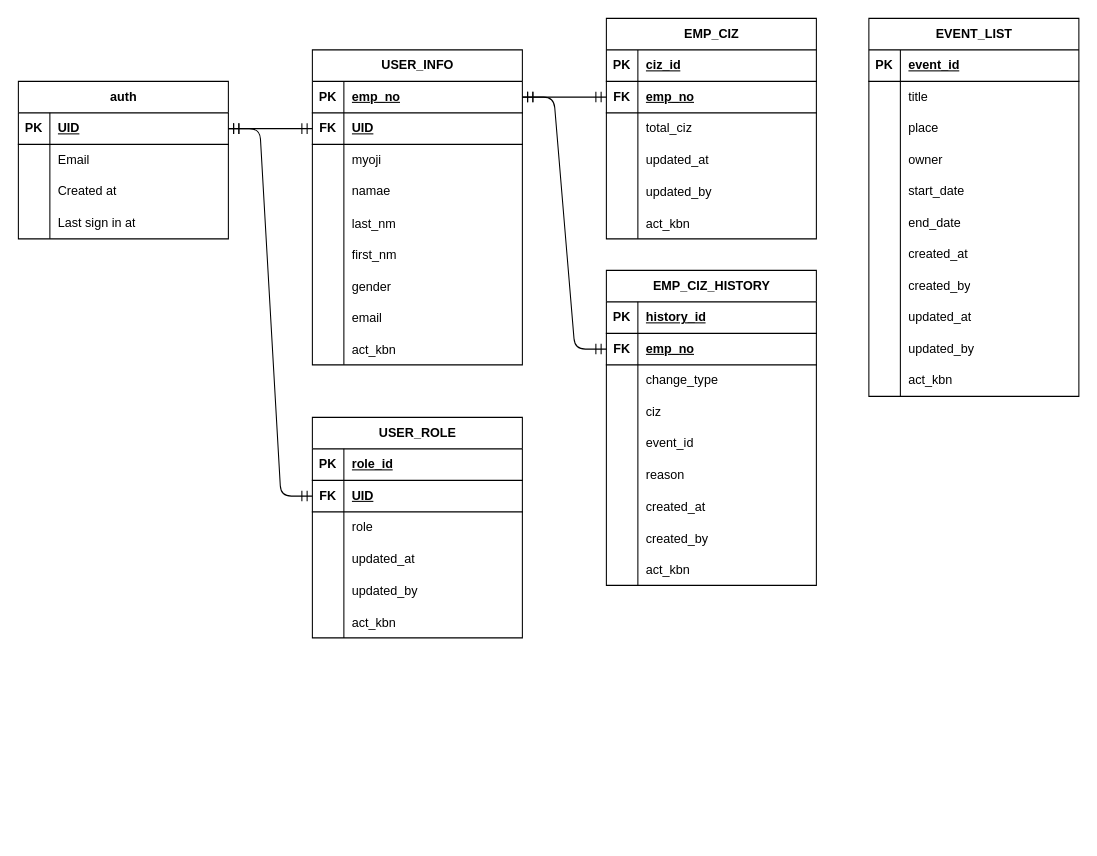
Before: sopha.drawio in FumiyaOtokozawa/sopha, a draw.io diagram. Source tidied: cells renumbered, new cells numbered last; positions are measured from the earlier drawing's top-left corner, leaving out a move shared by most shapes. Both pictures are drawn from the tidied source at 105%, with x=0, y=0 at pixel (18, 18).
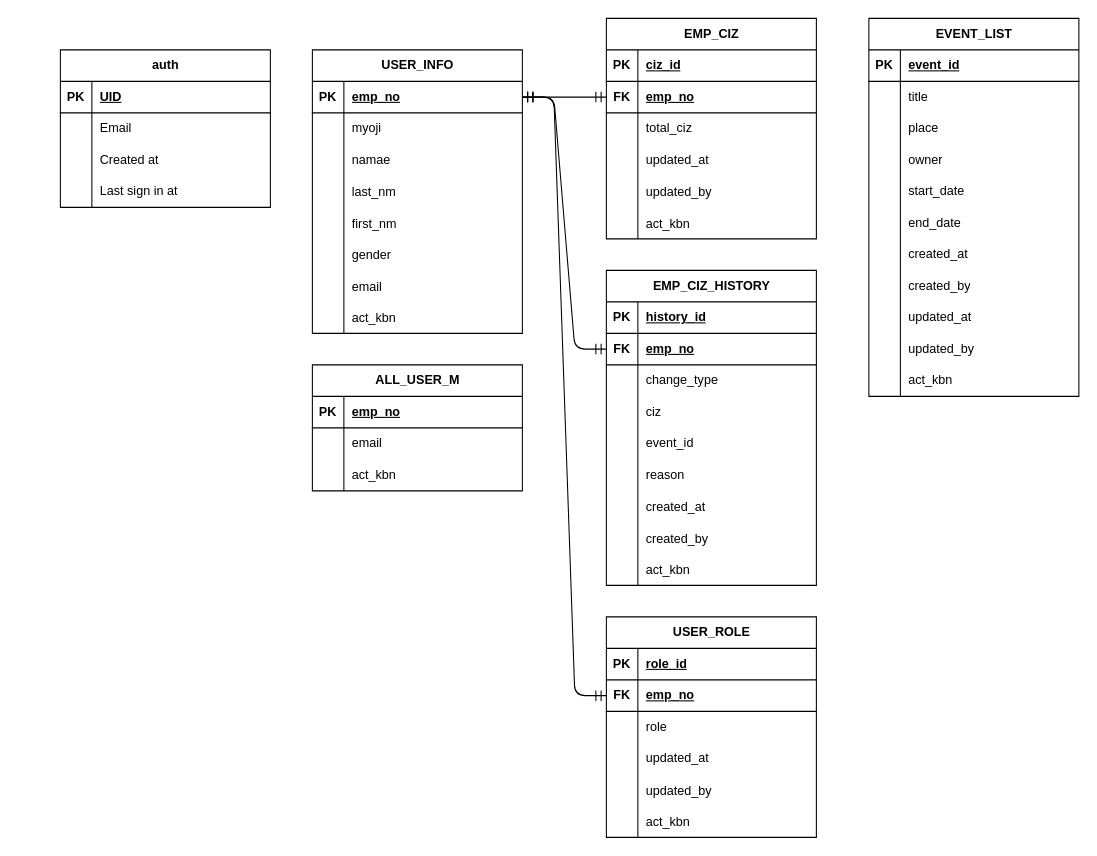
Above is the later version.

Commit message:
sopha.drawio を更新します

The change refers to these unchanged cells:
```xml
<mxCell id="3" style="shape=tableRow;horizontal=0;startSize=0;swimlaneHead=0;swimlaneBody=0;fillColor=none;points=[[0,0.5],[1,0.5]];portConstraint=eastwest;top=0;left=0;right=0;bottom=1;" parent="2" vertex="1">
  <mxGeometry y="30" width="200" height="30" as="geometry" />
</mxCell>
<mxCell id="17" style="shape=tableRow;horizontal=0;startSize=0;swimlaneHead=0;swimlaneBody=0;fillColor=none;points=[[0,0.5],[1,0.5]];portConstraint=eastwest;top=0;left=0;right=0;bottom=1;" parent="16" vertex="1">
  <mxGeometry y="30" width="200" height="30" as="geometry" />
</mxCell>
<mxCell id="130" style="shape=tableRow;horizontal=0;startSize=0;swimlaneHead=0;swimlaneBody=0;fillColor=none;points=[[0,0.5],[1,0.5]];portConstraint=eastwest;top=0;left=0;right=0;bottom=1;" parent="126" vertex="1">
  <mxGeometry y="60" width="200" height="30" as="geometry" />
</mxCell>
```

Diff of the diagram source:
```diff
@@
     <mxCell id="2" value="auth" style="shape=table;startSize=30;childLayout=tableLayout;rowLines=0;fontStyle=1;align=center;html=1;" parent="1" vertex="1">
-      <mxGeometry y="60" width="200" height="150" as="geometry" />
+      <mxGeometry x="40" y="30" width="200" height="150" as="geometry" />
     </mxCell>
@@
-    <mxCell id="15" style="edgeStyle=entityRelationEdgeStyle;fontSize=12;html=1;endArrow=ERmandOne;startArrow=ERmandOne;rounded=0;startSize=8;endSize=8;curved=1;exitX=1;exitY=0.5;exitDx=0;exitDy=0;entryX=0;entryY=0.5;entryDx=0;entryDy=0;" parent="1" edge="1" source="3" target="20">
-      <mxGeometry relative="1" as="geometry">
-        <Array as="points">
-          <mxPoint x="280" y="120" />
-          <mxPoint x="260" y="90" />
-          <mxPoint x="280" y="80" />
-          <mxPoint x="200" y="130" />
-        </Array>
-      </mxGeometry>
-    </mxCell>
     <mxCell id="16" value="USER_INFO" style="shape=table;startSize=30;childLayout=tableLayout;rowLines=0;fontStyle=1;align=center;html=1;" parent="1" vertex="1">
-      <mxGeometry x="280" y="30" width="200" height="300" as="geometry" />
+      <mxGeometry x="280" y="30" width="200" height="270" as="geometry" />
     </mxCell>
@@
-    <mxCell id="20" style="shape=tableRow;horizontal=0;startSize=0;swimlaneHead=0;swimlaneBody=0;fillColor=none;points=[[0,0.5],[1,0.5]];portConstraint=eastwest;top=0;left=0;right=0;bottom=1;" parent="16" vertex="1">
-      <mxGeometry y="60" width="200" height="30" as="geometry" />
-    </mxCell>
-    <mxCell id="21" value="FK" style="shape=partialRectangle;fillColor=none;top=0;left=0;bottom=0;right=0;fontStyle=1;overflow=hidden;whiteSpace=wrap;html=1;" parent="20" vertex="1">
-      <mxGeometry width="30" height="30" as="geometry" />
-    </mxCell>
-    <mxCell id="22" value="UID" style="shape=partialRectangle;fillColor=none;top=0;left=0;bottom=0;right=0;align=left;spacingLeft=6;fontStyle=5;overflow=hidden;whiteSpace=wrap;html=1;" parent="20" vertex="1">
-      <mxGeometry x="30" width="170" height="30" as="geometry" />
-    </mxCell>
     <mxCell id="23" style="shape=tableRow;horizontal=0;startSize=0;swimlaneHead=0;swimlaneBody=0;fillColor=none;top=0;left=0;right=0;bottom=0;" parent="16" vertex="1">
-      <mxGeometry y="90" width="200" height="30" as="geometry" />
+      <mxGeometry y="60" width="200" height="30" as="geometry" />
     </mxCell>
@@
     <mxCell id="26" style="shape=tableRow;horizontal=0;startSize=0;swimlaneHead=0;swimlaneBody=0;fillColor=none;top=0;left=0;right=0;bottom=0;" parent="16" vertex="1">
-      <mxGeometry y="120" width="200" height="30" as="geometry" />
+      <mxGeometry y="90" width="200" height="30" as="geometry" />
     </mxCell>
@@
     <mxCell id="29" style="shape=tableRow;horizontal=0;startSize=0;swimlaneHead=0;swimlaneBody=0;fillColor=none;top=0;left=0;right=0;bottom=0;" parent="16" vertex="1">
-      <mxGeometry y="150" width="200" height="30" as="geometry" />
+      <mxGeometry y="120" width="200" height="30" as="geometry" />
     </mxCell>
@@
     <mxCell id="32" style="shape=tableRow;horizontal=0;startSize=0;swimlaneHead=0;swimlaneBody=0;fillColor=none;top=0;left=0;right=0;bottom=0;" parent="16" vertex="1">
-      <mxGeometry y="180" width="200" height="30" as="geometry" />
+      <mxGeometry y="150" width="200" height="30" as="geometry" />
     </mxCell>
@@
     <mxCell id="35" style="shape=tableRow;horizontal=0;startSize=0;swimlaneHead=0;swimlaneBody=0;fillColor=none;top=0;left=0;right=0;bottom=0;" parent="16" vertex="1">
-      <mxGeometry y="210" width="200" height="30" as="geometry" />
+      <mxGeometry y="180" width="200" height="30" as="geometry" />
     </mxCell>
@@
     <mxCell id="38" style="shape=tableRow;horizontal=0;startSize=0;swimlaneHead=0;swimlaneBody=0;fillColor=none;top=0;left=0;right=0;bottom=0;" parent="16" vertex="1">
-      <mxGeometry y="240" width="200" height="30" as="geometry" />
+      <mxGeometry y="210" width="200" height="30" as="geometry" />
     </mxCell>
@@
     <mxCell id="41" style="shape=tableRow;horizontal=0;startSize=0;swimlaneHead=0;swimlaneBody=0;fillColor=none;top=0;left=0;right=0;bottom=0;" parent="16" vertex="1">
-      <mxGeometry y="270" width="200" height="30" as="geometry" />
+      <mxGeometry y="240" width="200" height="30" as="geometry" />
     </mxCell>
@@
     <mxCell id="126" value="USER_ROLE" style="shape=table;startSize=30;childLayout=tableLayout;rowLines=0;fontStyle=1;align=center;html=1;" parent="1" vertex="1">
-      <mxGeometry x="280" y="380" width="200" height="210" as="geometry" />
+      <mxGeometry x="560" y="570" width="200" height="210" as="geometry" />
     </mxCell>
@@
-    <mxCell id="132" value="UID" style="shape=partialRectangle;fillColor=none;top=0;left=0;bottom=0;right=0;align=left;spacingLeft=6;fontStyle=5;overflow=hidden;whiteSpace=wrap;html=1;" parent="130" vertex="1">
+    <mxCell id="132" value="emp_no" style="shape=partialRectangle;fillColor=none;top=0;left=0;bottom=0;right=0;align=left;spacingLeft=6;fontStyle=5;overflow=hidden;whiteSpace=wrap;html=1;" parent="130" vertex="1">
       <mxGeometry x="30" width="170" height="30" as="geometry" />
     </mxCell>
@@
-    <mxCell id="145" style="edgeStyle=entityRelationEdgeStyle;fontSize=12;html=1;endArrow=ERmandOne;startArrow=ERmandOne;rounded=1;startSize=8;endSize=8;curved=0;exitX=1;exitY=0.5;exitDx=0;exitDy=0;entryX=0;entryY=0.5;entryDx=0;entryDy=0;" parent="1" edge="1" source="3" target="130">
-      <mxGeometry relative="1" as="geometry" />
+    <mxCell id="145" style="edgeStyle=entityRelationEdgeStyle;fontSize=12;html=1;endArrow=ERmandOne;startArrow=ERmandOne;rounded=1;startSize=8;endSize=8;curved=0;entryX=0;entryY=0.5;entryDx=0;entryDy=0;exitX=1;exitY=0.5;exitDx=0;exitDy=0;" parent="1" edge="1" source="17" target="130">
+      <mxGeometry relative="1" as="geometry">
+        <Array as="points">
+          <mxPoint x="230" y="265" />
+        </Array>
+      </mxGeometry>
     </mxCell>
@@
+    <mxCell id="147" value="ALL_USER_M" style="shape=table;startSize=30;childLayout=tableLayout;rowLines=0;fontStyle=1;align=center;html=1;" parent="1" vertex="1">
+      <mxGeometry x="280" y="330" width="200" height="120" as="geometry" />
+    </mxCell>
+    <mxCell id="148" style="shape=tableRow;horizontal=0;startSize=0;swimlaneHead=0;swimlaneBody=0;fillColor=none;top=0;left=0;right=0;bottom=1;" parent="147" vertex="1">
+      <mxGeometry y="30" width="200" height="30" as="geometry" />
+    </mxCell>
+    <mxCell id="149" value="PK" style="shape=partialRectangle;fillColor=none;top=0;left=0;bottom=0;right=0;fontStyle=1;overflow=hidden;whiteSpace=wrap;html=1;" parent="148" vertex="1">
+      <mxGeometry width="30" height="30" as="geometry" />
+    </mxCell>
+    <mxCell id="150" value="emp_no" style="shape=partialRectangle;fillColor=none;top=0;left=0;bottom=0;right=0;align=left;spacingLeft=6;fontStyle=5;overflow=hidden;whiteSpace=wrap;html=1;" parent="148" vertex="1">
+      <mxGeometry x="30" width="170" height="30" as="geometry" />
+    </mxCell>
+    <mxCell id="151" style="shape=tableRow;horizontal=0;startSize=0;swimlaneHead=0;swimlaneBody=0;fillColor=none;top=0;left=0;right=0;bottom=0;" parent="147" vertex="1">
+      <mxGeometry y="60" width="200" height="30" as="geometry" />
+    </mxCell>
+    <mxCell id="152" style="shape=partialRectangle;fillColor=none;top=0;left=0;bottom=0;right=0;overflow=hidden;whiteSpace=wrap;html=1;" parent="151" vertex="1">
+      <mxGeometry width="30" height="30" as="geometry" />
+    </mxCell>
+    <mxCell id="153" value="email" style="shape=partialRectangle;fillColor=none;top=0;left=0;bottom=0;right=0;align=left;spacingLeft=6;overflow=hidden;whiteSpace=wrap;html=1;" parent="151" vertex="1">
+      <mxGeometry x="30" width="170" height="30" as="geometry" />
+    </mxCell>
+    <mxCell id="154" style="shape=tableRow;horizontal=0;startSize=0;swimlaneHead=0;swimlaneBody=0;fillColor=none;top=0;left=0;right=0;bottom=0;" parent="147" vertex="1">
+      <mxGeometry y="90" width="200" height="30" as="geometry" />
+    </mxCell>
+    <mxCell id="155" style="shape=partialRectangle;fillColor=none;top=0;left=0;bottom=0;right=0;overflow=hidden;whiteSpace=wrap;html=1;" parent="154" vertex="1">
+      <mxGeometry width="30" height="30" as="geometry" />
+    </mxCell>
+    <mxCell id="156" value="act_kbn" style="shape=partialRectangle;fillColor=none;top=0;left=0;bottom=0;right=0;align=left;spacingLeft=6;overflow=hidden;whiteSpace=wrap;html=1;" parent="154" vertex="1">
+      <mxGeometry x="30" width="170" height="30" as="geometry" />
+    </mxCell>
```
